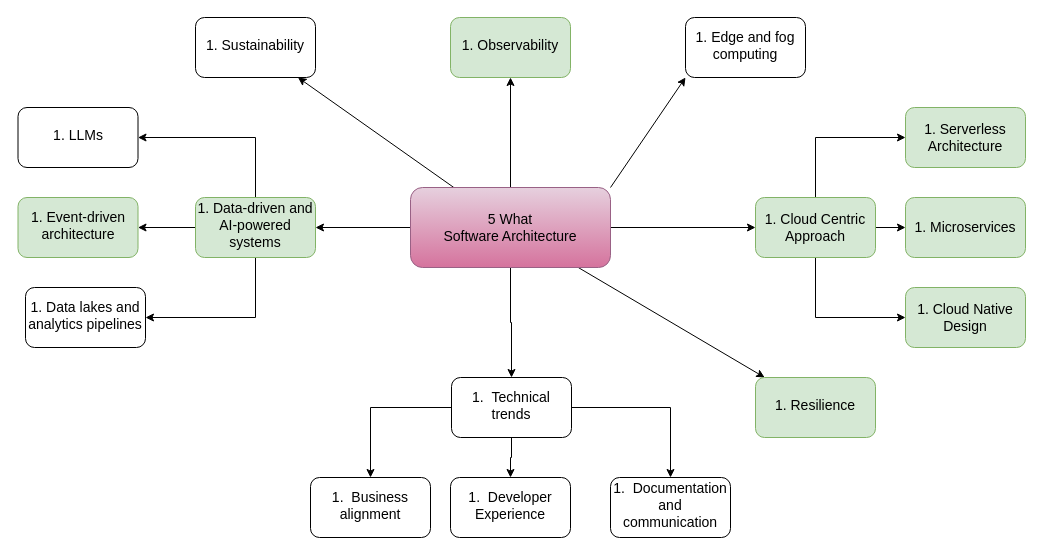
Above: page "FiveWhatSA" (2 of 3) of FiveWhatSoftwareArch.drawio in Gaur4vGaur/probable-octo (draw.io), before the change. Source tidied: cells renumbered, new cells numbered last; positions are measured from the earlier drawing's top-left corner, leaving out a move shared by most shapes. Both pictures are drawn from the tidied source at 100%, with x=0, y=0 at pixel (17, 17).
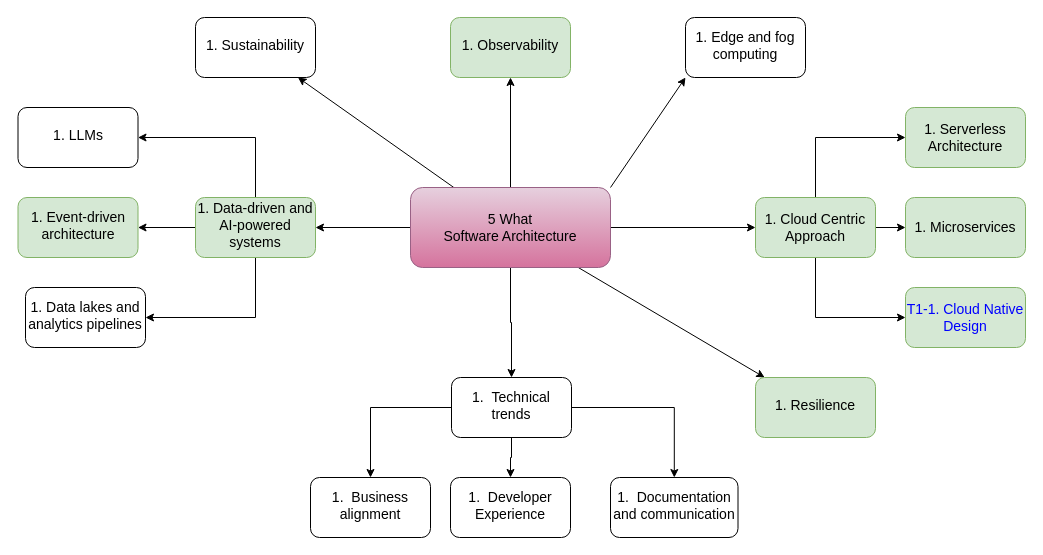
Above is the later version.

What changed in the source:
```diff
@@
-    <mxCell id="7" value="1. Cloud Native Design" style="rounded=1;whiteSpace=wrap;html=1;fontSize=14;fillColor=#d5e8d4;strokeColor=#82b366;" parent="1" vertex="1">
+    <mxCell id="7" value="T1-1. Cloud Native Design" style="rounded=1;whiteSpace=wrap;html=1;fontSize=14;fillColor=#d5e8d4;strokeColor=#82b366;fontColor=#0000ff;" parent="1" vertex="1">
       <mxGeometry x="888" y="270" width="120" height="60" as="geometry" />
     </mxCell>
@@
     <mxCell id="31" value="1.&amp;nbsp;&amp;nbsp;Documentation and communication&lt;span style=&quot;background-color: initial;&quot;&gt;&lt;br&gt;&lt;/span&gt;&lt;ul style=&quot;--tw-border-spacing-x: 0; --tw-border-spacing-y: 0; --tw-translate-x: 0; --tw-translate-y: 0; --tw-rotate: 0; --tw-skew-x: 0; --tw-skew-y: 0; --tw-scale-x: 1; --tw-scale-y: 1; --tw-pan-x: ; --tw-pan-y: ; --tw-pinch-zoom: ; --tw-scroll-snap-strictness: proximity; --tw-ordinal: ; --tw-slashed-zero: ; --tw-numeric-figure: ; --tw-numeric-spacing: ; --tw-numeric-fraction: ; --tw-ring-inset: ; --tw-ring-offset-width: 0px; --tw-ring-offset-color: #fff; --tw-ring-color: rgb(59 130 246 / .5); --tw-ring-offset-shadow: 0 0 #0000; --tw-ring-shadow: 0 0 #0000; --tw-shadow: 0 0 #0000; --tw-shadow-colored: 0 0 #0000; --tw-blur: ; --tw-brightness: ; --tw-contrast: ; --tw-grayscale: ; --tw-hue-rotate: ; --tw-invert: ; --tw-saturate: ; --tw-sepia: ; --tw-drop-shadow: ; --tw-backdrop-blur: ; --tw-backdrop-brightness: ; --tw-backdrop-contrast: ; --tw-backdrop-grayscale: ; --tw-backdrop-hue-rotate: ; --tw-backdrop-invert: ; --tw-backdrop-opacity: ; --tw-backdrop-saturate: ; --tw-backdrop-sepia: ; margin: 4px 0px; padding-inline-start: 36px;&quot;&gt;&lt;span style=&quot;--tw-border-spacing-x: 0; --tw-border-spacing-y: 0; --tw-translate-x: 0; --tw-translate-y: 0; --tw-rotate: 0; --tw-skew-x: 0; --tw-skew-y: 0; --tw-scale-x: 1; --tw-scale-y: 1; --tw-pan-x: ; --tw-pan-y: ; --tw-pinch-zoom: ; --tw-scroll-snap-strictness: proximity; --tw-ordinal: ; --tw-slashed-zero: ; --tw-numeric-figure: ; --tw-numeric-spacing: ; --tw-numeric-fraction: ; --tw-ring-inset: ; --tw-ring-offset-width: 0px; --tw-ring-offset-color: #fff; --tw-ring-color: rgb(59 130 246 / .5); --tw-ring-offset-shadow: 0 0 #0000; --tw-ring-shadow: 0 0 #0000; --tw-shadow: 0 0 #0000; --tw-shadow-colored: 0 0 #0000; --tw-blur: ; --tw-brightness: ; --tw-contrast: ; --tw-grayscale: ; --tw-hue-rotate: ; --tw-invert: ; --tw-saturate: ; --tw-sepia: ; --tw-drop-shadow: ; --tw-backdrop-blur: ; --tw-backdrop-brightness: ; --tw-backdrop-contrast: ; --tw-backdrop-grayscale: ; --tw-backdrop-hue-rotate: ; --tw-backdrop-invert: ; --tw-backdrop-opacity: ; --tw-backdrop-saturate: ; --tw-backdrop-sepia: ; color: rgb(227, 227, 227); font-family: &amp;quot;Google Sans&amp;quot;, &amp;quot;Helvetica Neue&amp;quot;, sans-serif; font-size: 16px; text-align: start; background-color: rgb(19, 19, 20);&quot;&gt;&lt;/span&gt;&lt;/ul&gt;" style="rounded=1;whiteSpace=wrap;html=1;fontSize=14;" parent="1" vertex="1">
-      <mxGeometry x="593" y="460" width="120" height="60" as="geometry" />
+      <mxGeometry x="593" y="460" width="127.5" height="60" as="geometry" />
     </mxCell>
```
